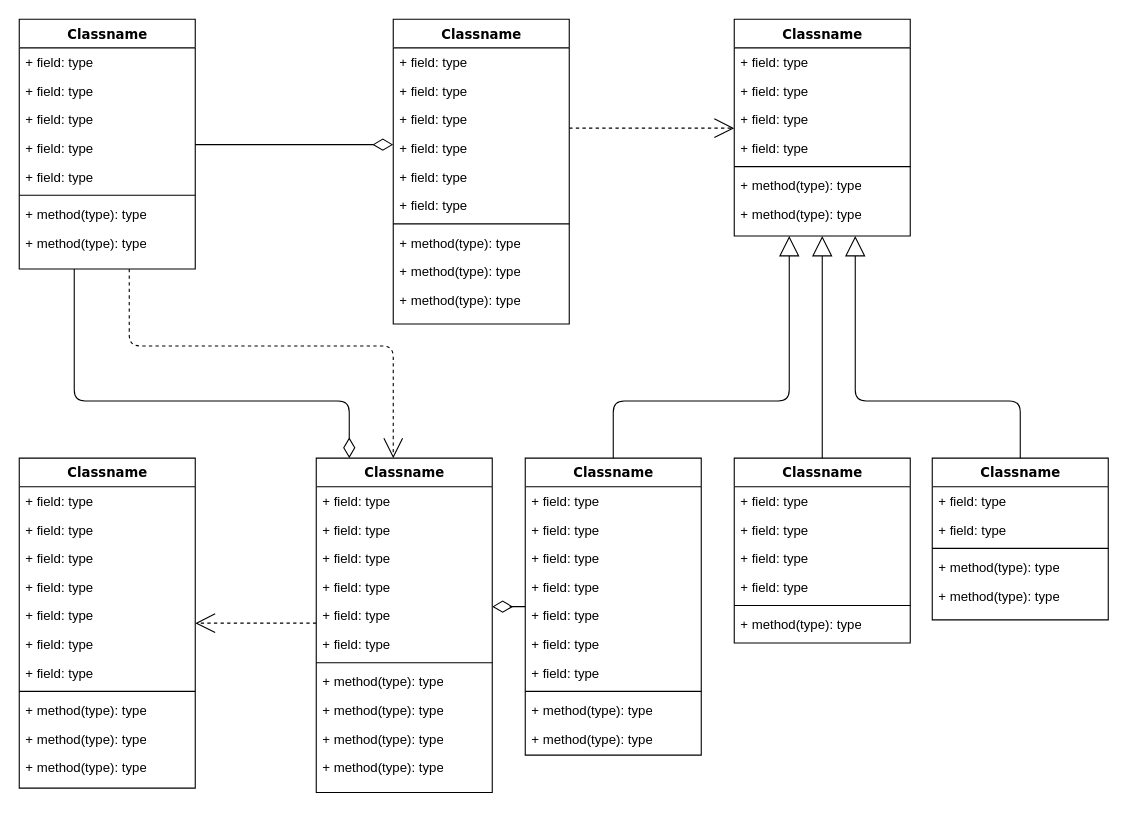
Before: Masa_academy_diagram_class.drawio in mati-tech/draw.io, a draw.io diagram. Source tidied: cells renumbered, new cells numbered last; positions are measured from the earlier drawing's top-left corner, leaving out a move shared by most shapes. Both pictures are drawn from the tidied source at 110%, with x=0, y=0 at pixel (19, 19).
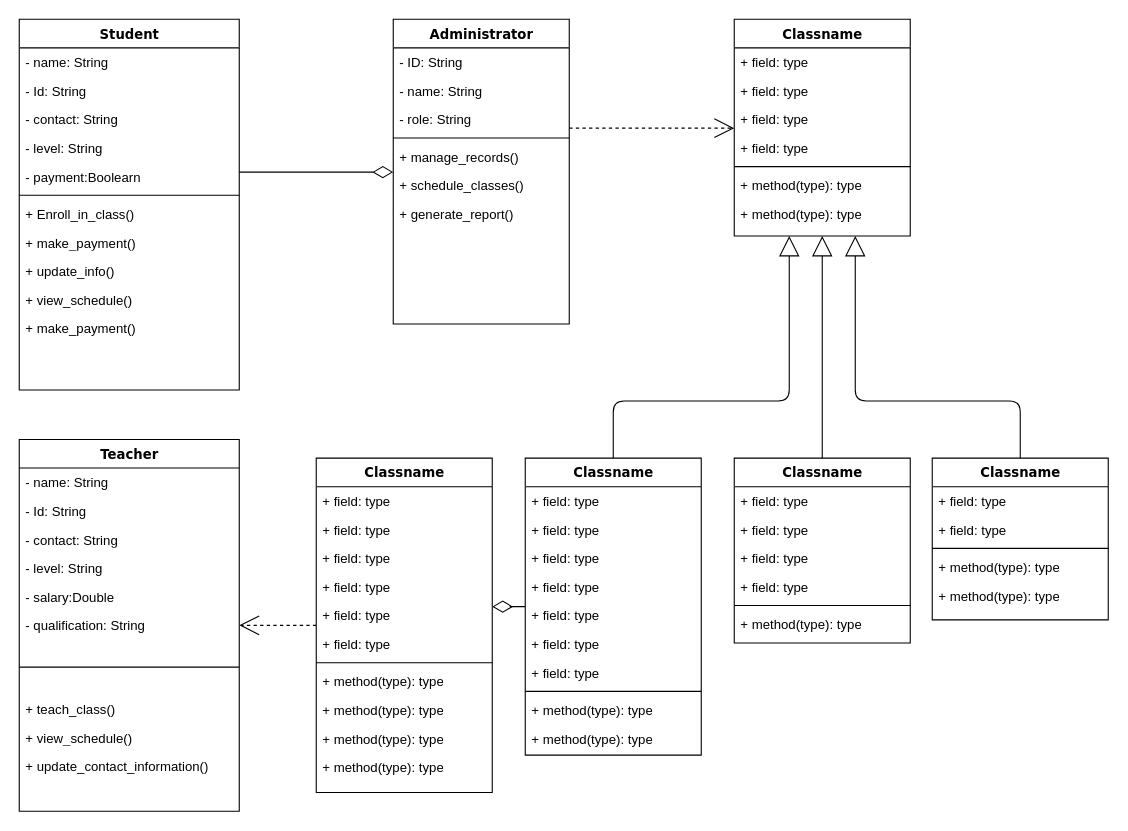
After the change.

The change refers to these unchanged cells:
```xml
<mxCell id="47" value="Classname" style="swimlane;html=1;fontStyle=1;align=center;verticalAlign=top;horizontal=1;startSize=26;swimlaneFillColor=#ffffff;rounded=0;shadow=0;comic=0;labelBackgroundColor=none;strokeWidth=1;fillColor=none;fontFamily=Verdana;fontSize=12;" parent="1" vertex="1">
  <mxGeometry x="270" y="399" width="160" height="304" as="geometry" />
</mxCell>
```

The edit, as a diff of the source:
```diff
@@
-    <mxCell id="2" style="edgeStyle=orthogonalEdgeStyle;html=1;labelBackgroundColor=none;startFill=0;startSize=8;endArrow=open;endFill=0;endSize=16;fontFamily=Verdana;fontSize=12;dashed=1;" parent="1" edge="1" source="4" target="47">
-      <mxGeometry relative="1" as="geometry">
-        <Array as="points">
-          <mxPoint x="100" y="297" />
-          <mxPoint x="340" y="297" />
-        </Array>
-      </mxGeometry>
-    </mxCell>
-    <mxCell id="3" style="edgeStyle=orthogonalEdgeStyle;html=1;labelBackgroundColor=none;startFill=0;startSize=8;endArrow=diamondThin;endFill=0;endSize=16;fontFamily=Verdana;fontSize=12;" parent="1" edge="1" source="4" target="47">
-      <mxGeometry relative="1" as="geometry">
-        <Array as="points">
-          <mxPoint x="50" y="347" />
-          <mxPoint x="300" y="347" />
-        </Array>
-      </mxGeometry>
-    </mxCell>
-    <mxCell id="4" value="Classname" style="swimlane;html=1;fontStyle=1;align=center;verticalAlign=top;horizontal=1;startSize=26;swimlaneFillColor=#ffffff;rounded=0;shadow=0;comic=0;labelBackgroundColor=none;strokeWidth=1;fillColor=none;fontFamily=Verdana;fontSize=12;" parent="1" vertex="1">
-      <mxGeometry width="160" height="227" as="geometry" />
+    <mxCell id="4" value="Student" style="swimlane;html=1;fontStyle=1;align=center;verticalAlign=top;horizontal=1;startSize=26;swimlaneFillColor=#ffffff;rounded=0;shadow=0;comic=0;labelBackgroundColor=none;strokeWidth=1;fillColor=none;fontFamily=Verdana;fontSize=12;" parent="1" vertex="1">
+      <mxGeometry width="200" height="337" as="geometry" />
     </mxCell>
-    <mxCell id="5" value="+ field: type" style="text;html=1;strokeColor=none;fillColor=none;align=left;verticalAlign=top;spacingLeft=4;spacingRight=4;whiteSpace=wrap;overflow=hidden;" parent="4" vertex="1">
-      <mxGeometry y="26" width="160" height="26" as="geometry" />
+    <mxCell id="5" value="- name: String" style="text;html=1;strokeColor=none;fillColor=none;align=left;verticalAlign=top;spacingLeft=4;spacingRight=4;whiteSpace=wrap;overflow=hidden;" parent="4" vertex="1">
+      <mxGeometry y="26" width="200" height="26" as="geometry" />
     </mxCell>
-    <mxCell id="6" value="+ field: type" style="text;html=1;strokeColor=none;fillColor=none;align=left;verticalAlign=top;spacingLeft=4;spacingRight=4;whiteSpace=wrap;overflow=hidden;" parent="4" vertex="1">
-      <mxGeometry y="52" width="160" height="26" as="geometry" />
+    <mxCell id="6" value="- Id: String" style="text;html=1;strokeColor=none;fillColor=none;align=left;verticalAlign=top;spacingLeft=4;spacingRight=4;whiteSpace=wrap;overflow=hidden;" parent="4" vertex="1">
+      <mxGeometry y="52" width="200" height="26" as="geometry" />
     </mxCell>
-    <mxCell id="7" value="+ field: type" style="text;html=1;strokeColor=none;fillColor=none;align=left;verticalAlign=top;spacingLeft=4;spacingRight=4;whiteSpace=wrap;overflow=hidden;" parent="4" vertex="1">
-      <mxGeometry y="78" width="160" height="26" as="geometry" />
+    <mxCell id="7" value="- contact: String" style="text;html=1;strokeColor=none;fillColor=none;align=left;verticalAlign=top;spacingLeft=4;spacingRight=4;whiteSpace=wrap;overflow=hidden;" parent="4" vertex="1">
+      <mxGeometry y="78" width="200" height="26" as="geometry" />
     </mxCell>
-    <mxCell id="8" value="+ field: type" style="text;html=1;strokeColor=none;fillColor=none;align=left;verticalAlign=top;spacingLeft=4;spacingRight=4;whiteSpace=wrap;overflow=hidden;" parent="4" vertex="1">
-      <mxGeometry y="104" width="160" height="26" as="geometry" />
+    <mxCell id="8" value="- level: String" style="text;html=1;strokeColor=none;fillColor=none;align=left;verticalAlign=top;spacingLeft=4;spacingRight=4;whiteSpace=wrap;overflow=hidden;" parent="4" vertex="1">
+      <mxGeometry y="104" width="200" height="26" as="geometry" />
     </mxCell>
-    <mxCell id="9" value="+ field: type" style="text;html=1;strokeColor=none;fillColor=none;align=left;verticalAlign=top;spacingLeft=4;spacingRight=4;whiteSpace=wrap;overflow=hidden;" parent="4" vertex="1">
-      <mxGeometry y="130" width="160" height="26" as="geometry" />
+    <mxCell id="9" value="- payment:Boolearn" style="text;html=1;strokeColor=none;fillColor=none;align=left;verticalAlign=top;spacingLeft=4;spacingRight=4;whiteSpace=wrap;overflow=hidden;" parent="4" vertex="1">
+      <mxGeometry y="130" width="200" height="26" as="geometry" />
     </mxCell>
     <mxCell id="10" style="line;html=1;strokeWidth=1;fillColor=none;align=left;verticalAlign=middle;spacingTop=-1;spacingLeft=3;spacingRight=3;labelPosition=right;" parent="4" vertex="1">
-      <mxGeometry y="156" width="160" height="8" as="geometry" />
+      <mxGeometry y="156" width="200" height="8" as="geometry" />
     </mxCell>
-    <mxCell id="11" value="+ method(type): type" style="text;html=1;strokeColor=none;fillColor=none;align=left;verticalAlign=top;spacingLeft=4;spacingRight=4;whiteSpace=wrap;overflow=hidden;" parent="4" vertex="1">
-      <mxGeometry y="164" width="160" height="26" as="geometry" />
+    <mxCell id="11" value="+ Enroll_in_class()" style="text;html=1;strokeColor=none;fillColor=none;align=left;verticalAlign=top;spacingLeft=4;spacingRight=4;whiteSpace=wrap;overflow=hidden;" parent="4" vertex="1">
+      <mxGeometry y="164" width="200" height="26" as="geometry" />
     </mxCell>
-    <mxCell id="12" value="+ method(type): type" style="text;html=1;strokeColor=none;fillColor=none;align=left;verticalAlign=top;spacingLeft=4;spacingRight=4;whiteSpace=wrap;overflow=hidden;" parent="4" vertex="1">
-      <mxGeometry y="190" width="160" height="26" as="geometry" />
+    <mxCell id="12" value="+ make_payment()" style="text;html=1;strokeColor=none;fillColor=none;align=left;verticalAlign=top;spacingLeft=4;spacingRight=4;whiteSpace=wrap;overflow=hidden;" parent="4" vertex="1">
+      <mxGeometry y="190" width="200" height="26" as="geometry" />
     </mxCell>
+    <mxCell id="87" value="+ update_info()&lt;div&gt;&lt;br&gt;&lt;/div&gt;" style="text;html=1;strokeColor=none;fillColor=none;align=left;verticalAlign=top;spacingLeft=4;spacingRight=4;whiteSpace=wrap;overflow=hidden;" parent="4" vertex="1">
+      <mxGeometry y="216" width="200" height="26" as="geometry" />
+    </mxCell>
+    <mxCell id="88" value="+ view_schedule()" style="text;html=1;strokeColor=none;fillColor=none;align=left;verticalAlign=top;spacingLeft=4;spacingRight=4;whiteSpace=wrap;overflow=hidden;" parent="4" vertex="1">
+      <mxGeometry y="242" width="200" height="26" as="geometry" />
+    </mxCell>
+    <mxCell id="89" value="+ make_payment()" style="text;html=1;strokeColor=none;fillColor=none;align=left;verticalAlign=top;spacingLeft=4;spacingRight=4;whiteSpace=wrap;overflow=hidden;" parent="4" vertex="1">
+      <mxGeometry y="268" width="200" height="26" as="geometry" />
+    </mxCell>
@@
-    <mxCell id="14" value="Classname" style="swimlane;html=1;fontStyle=1;align=center;verticalAlign=top;horizontal=1;startSize=26;swimlaneFillColor=#ffffff;rounded=0;shadow=0;comic=0;labelBackgroundColor=none;strokeWidth=1;fillColor=none;fontFamily=Verdana;fontSize=12;" parent="1" vertex="1">
+    <mxCell id="14" value="Administrator" style="swimlane;html=1;fontStyle=1;align=center;verticalAlign=top;horizontal=1;startSize=26;swimlaneFillColor=#ffffff;rounded=0;shadow=0;comic=0;labelBackgroundColor=none;strokeWidth=1;fillColor=none;fontFamily=Verdana;fontSize=12;" parent="1" vertex="1">
       <mxGeometry x="340" width="160" height="277" as="geometry" />
     </mxCell>
-    <mxCell id="15" value="+ field: type" style="text;html=1;strokeColor=none;fillColor=none;align=left;verticalAlign=top;spacingLeft=4;spacingRight=4;whiteSpace=wrap;overflow=hidden;" parent="14" vertex="1">
+    <mxCell id="15" value="- ID: String" style="text;html=1;strokeColor=none;fillColor=none;align=left;verticalAlign=top;spacingLeft=4;spacingRight=4;whiteSpace=wrap;overflow=hidden;" parent="14" vertex="1">
       <mxGeometry y="26" width="160" height="26" as="geometry" />
     </mxCell>
-    <mxCell id="16" value="+ field: type" style="text;html=1;strokeColor=none;fillColor=none;align=left;verticalAlign=top;spacingLeft=4;spacingRight=4;whiteSpace=wrap;overflow=hidden;" parent="14" vertex="1">
+    <mxCell id="16" value="- name: String" style="text;html=1;strokeColor=none;fillColor=none;align=left;verticalAlign=top;spacingLeft=4;spacingRight=4;whiteSpace=wrap;overflow=hidden;" parent="14" vertex="1">
       <mxGeometry y="52" width="160" height="26" as="geometry" />
     </mxCell>
-    <mxCell id="17" value="+ field: type" style="text;html=1;strokeColor=none;fillColor=none;align=left;verticalAlign=top;spacingLeft=4;spacingRight=4;whiteSpace=wrap;overflow=hidden;" parent="14" vertex="1">
+    <mxCell id="17" value="- role: String" style="text;html=1;strokeColor=none;fillColor=none;align=left;verticalAlign=top;spacingLeft=4;spacingRight=4;whiteSpace=wrap;overflow=hidden;" parent="14" vertex="1">
       <mxGeometry y="78" width="160" height="26" as="geometry" />
     </mxCell>
-    <mxCell id="18" value="+ field: type" style="text;html=1;strokeColor=none;fillColor=none;align=left;verticalAlign=top;spacingLeft=4;spacingRight=4;whiteSpace=wrap;overflow=hidden;" parent="14" vertex="1">
-      <mxGeometry y="104" width="160" height="26" as="geometry" />
-    </mxCell>
-    <mxCell id="19" value="+ field: type" style="text;html=1;strokeColor=none;fillColor=none;align=left;verticalAlign=top;spacingLeft=4;spacingRight=4;whiteSpace=wrap;overflow=hidden;" parent="14" vertex="1">
-      <mxGeometry y="130" width="160" height="26" as="geometry" />
-    </mxCell>
-    <mxCell id="20" value="+ field: type" style="text;html=1;strokeColor=none;fillColor=none;align=left;verticalAlign=top;spacingLeft=4;spacingRight=4;whiteSpace=wrap;overflow=hidden;" parent="14" vertex="1">
-      <mxGeometry y="156" width="160" height="26" as="geometry" />
-    </mxCell>
     <mxCell id="21" style="line;html=1;strokeWidth=1;fillColor=none;align=left;verticalAlign=middle;spacingTop=-1;spacingLeft=3;spacingRight=3;labelPosition=right;" parent="14" vertex="1">
-      <mxGeometry y="182" width="160" height="8" as="geometry" />
+      <mxGeometry y="104" width="160" height="8" as="geometry" />
     </mxCell>
-    <mxCell id="22" value="+ method(type): type" style="text;html=1;strokeColor=none;fillColor=none;align=left;verticalAlign=top;spacingLeft=4;spacingRight=4;whiteSpace=wrap;overflow=hidden;" parent="14" vertex="1">
-      <mxGeometry y="190" width="160" height="26" as="geometry" />
+    <mxCell id="22" value="+ manage_records()" style="text;html=1;strokeColor=none;fillColor=none;align=left;verticalAlign=top;spacingLeft=4;spacingRight=4;whiteSpace=wrap;overflow=hidden;" parent="14" vertex="1">
+      <mxGeometry y="112" width="160" height="26" as="geometry" />
     </mxCell>
-    <mxCell id="23" value="+ method(type): type" style="text;html=1;strokeColor=none;fillColor=none;align=left;verticalAlign=top;spacingLeft=4;spacingRight=4;whiteSpace=wrap;overflow=hidden;" parent="14" vertex="1">
-      <mxGeometry y="216" width="160" height="26" as="geometry" />
+    <mxCell id="23" value="+ schedule_classes()" style="text;html=1;strokeColor=none;fillColor=none;align=left;verticalAlign=top;spacingLeft=4;spacingRight=4;whiteSpace=wrap;overflow=hidden;" parent="14" vertex="1">
+      <mxGeometry y="138" width="160" height="26" as="geometry" />
     </mxCell>
-    <mxCell id="24" value="+ method(type): type" style="text;html=1;strokeColor=none;fillColor=none;align=left;verticalAlign=top;spacingLeft=4;spacingRight=4;whiteSpace=wrap;overflow=hidden;" parent="14" vertex="1">
-      <mxGeometry y="242" width="160" height="26" as="geometry" />
+    <mxCell id="24" value="+ generate_report()" style="text;html=1;strokeColor=none;fillColor=none;align=left;verticalAlign=top;spacingLeft=4;spacingRight=4;whiteSpace=wrap;overflow=hidden;" parent="14" vertex="1">
+      <mxGeometry y="164" width="160" height="26" as="geometry" />
     </mxCell>
@@
-    <mxCell id="34" value="Classname" style="swimlane;html=1;fontStyle=1;align=center;verticalAlign=top;horizontal=1;startSize=26;swimlaneFillColor=#ffffff;rounded=0;shadow=0;comic=0;labelBackgroundColor=none;strokeWidth=1;fillColor=none;fontFamily=Verdana;fontSize=12;" parent="1" vertex="1">
-      <mxGeometry y="399" width="160" height="300" as="geometry" />
+    <mxCell id="34" value="Teacher" style="swimlane;html=1;fontStyle=1;align=center;verticalAlign=top;horizontal=1;startSize=26;swimlaneFillColor=#ffffff;rounded=0;shadow=0;comic=0;labelBackgroundColor=none;strokeWidth=1;fillColor=none;fontFamily=Verdana;fontSize=12;" parent="1" vertex="1">
+      <mxGeometry y="382" width="200" height="338" as="geometry" />
     </mxCell>
-    <mxCell id="35" value="+ field: type" style="text;html=1;strokeColor=none;fillColor=none;align=left;verticalAlign=top;spacingLeft=4;spacingRight=4;whiteSpace=wrap;overflow=hidden;" parent="34" vertex="1">
-      <mxGeometry y="26" width="160" height="26" as="geometry" />
-    </mxCell>
-    <mxCell id="36" value="+ field: type" style="text;html=1;strokeColor=none;fillColor=none;align=left;verticalAlign=top;spacingLeft=4;spacingRight=4;whiteSpace=wrap;overflow=hidden;" parent="34" vertex="1">
-      <mxGeometry y="52" width="160" height="26" as="geometry" />
-    </mxCell>
-    <mxCell id="37" value="+ field: type" style="text;html=1;strokeColor=none;fillColor=none;align=left;verticalAlign=top;spacingLeft=4;spacingRight=4;whiteSpace=wrap;overflow=hidden;" parent="34" vertex="1">
-      <mxGeometry y="78" width="160" height="26" as="geometry" />
-    </mxCell>
-    <mxCell id="38" value="+ field: type" style="text;html=1;strokeColor=none;fillColor=none;align=left;verticalAlign=top;spacingLeft=4;spacingRight=4;whiteSpace=wrap;overflow=hidden;" parent="34" vertex="1">
-      <mxGeometry y="104" width="160" height="26" as="geometry" />
-    </mxCell>
-    <mxCell id="39" value="+ field: type" style="text;html=1;strokeColor=none;fillColor=none;align=left;verticalAlign=top;spacingLeft=4;spacingRight=4;whiteSpace=wrap;overflow=hidden;" parent="34" vertex="1">
-      <mxGeometry y="130" width="160" height="26" as="geometry" />
-    </mxCell>
-    <mxCell id="40" value="+ field: type" style="text;html=1;strokeColor=none;fillColor=none;align=left;verticalAlign=top;spacingLeft=4;spacingRight=4;whiteSpace=wrap;overflow=hidden;" parent="34" vertex="1">
-      <mxGeometry y="156" width="160" height="26" as="geometry" />
-    </mxCell>
-    <mxCell id="41" value="+ field: type" style="text;html=1;strokeColor=none;fillColor=none;align=left;verticalAlign=top;spacingLeft=4;spacingRight=4;whiteSpace=wrap;overflow=hidden;" parent="34" vertex="1">
-      <mxGeometry y="182" width="160" height="26" as="geometry" />
-    </mxCell>
+    <mxCell id="90" value="- name: String" style="text;html=1;strokeColor=none;fillColor=none;align=left;verticalAlign=top;spacingLeft=4;spacingRight=4;whiteSpace=wrap;overflow=hidden;" parent="34" vertex="1">
+      <mxGeometry y="26" width="200" height="26" as="geometry" />
+    </mxCell>
+    <mxCell id="91" value="- Id: String" style="text;html=1;strokeColor=none;fillColor=none;align=left;verticalAlign=top;spacingLeft=4;spacingRight=4;whiteSpace=wrap;overflow=hidden;" parent="34" vertex="1">
+      <mxGeometry y="52" width="200" height="26" as="geometry" />
+    </mxCell>
+    <mxCell id="92" value="- contact: String" style="text;html=1;strokeColor=none;fillColor=none;align=left;verticalAlign=top;spacingLeft=4;spacingRight=4;whiteSpace=wrap;overflow=hidden;" parent="34" vertex="1">
+      <mxGeometry y="78" width="200" height="26" as="geometry" />
+    </mxCell>
+    <mxCell id="93" value="- level: String" style="text;html=1;strokeColor=none;fillColor=none;align=left;verticalAlign=top;spacingLeft=4;spacingRight=4;whiteSpace=wrap;overflow=hidden;" parent="34" vertex="1">
+      <mxGeometry y="104" width="200" height="26" as="geometry" />
+    </mxCell>
+    <mxCell id="94" value="- salary:Double" style="text;html=1;strokeColor=none;fillColor=none;align=left;verticalAlign=top;spacingLeft=4;spacingRight=4;whiteSpace=wrap;overflow=hidden;" parent="34" vertex="1">
+      <mxGeometry y="130" width="200" height="26" as="geometry" />
+    </mxCell>
+    <mxCell id="95" value="- qualification: String" style="text;html=1;strokeColor=none;fillColor=none;align=left;verticalAlign=top;spacingLeft=4;spacingRight=4;whiteSpace=wrap;overflow=hidden;" parent="34" vertex="1">
+      <mxGeometry y="156" width="200" height="26" as="geometry" />
+    </mxCell>
     <mxCell id="42" style="line;html=1;strokeWidth=1;fillColor=none;align=left;verticalAlign=middle;spacingTop=-1;spacingLeft=3;spacingRight=3;labelPosition=right;" parent="34" vertex="1">
-      <mxGeometry y="208" width="160" height="8" as="geometry" />
+      <mxGeometry y="182" width="200" height="50" as="geometry" />
     </mxCell>
+    <mxCell id="96" value="+ teach_class()" style="text;html=1;strokeColor=none;fillColor=none;align=left;verticalAlign=top;spacingLeft=4;spacingRight=4;whiteSpace=wrap;overflow=hidden;" parent="34" vertex="1">
+      <mxGeometry y="232" width="200" height="26" as="geometry" />
+    </mxCell>
-    <mxCell id="43" value="+ method(type): type" style="text;html=1;strokeColor=none;fillColor=none;align=left;verticalAlign=top;spacingLeft=4;spacingRight=4;whiteSpace=wrap;overflow=hidden;" parent="34" vertex="1">
-      <mxGeometry y="216" width="160" height="26" as="geometry" />
+    <mxCell id="43" value="+ view_schedule()" style="text;html=1;strokeColor=none;fillColor=none;align=left;verticalAlign=top;spacingLeft=4;spacingRight=4;whiteSpace=wrap;overflow=hidden;" parent="34" vertex="1">
+      <mxGeometry y="258" width="200" height="26" as="geometry" />
     </mxCell>
-    <mxCell id="44" value="+ method(type): type" style="text;html=1;strokeColor=none;fillColor=none;align=left;verticalAlign=top;spacingLeft=4;spacingRight=4;whiteSpace=wrap;overflow=hidden;" parent="34" vertex="1">
-      <mxGeometry y="242" width="160" height="26" as="geometry" />
+    <mxCell id="44" value="+ update_contact_information()" style="text;html=1;strokeColor=none;fillColor=none;align=left;verticalAlign=top;spacingLeft=4;spacingRight=4;whiteSpace=wrap;overflow=hidden;" parent="34" vertex="1">
+      <mxGeometry y="284" width="200" height="24" as="geometry" />
     </mxCell>
-    <mxCell id="45" value="+ method(type): type" style="text;html=1;strokeColor=none;fillColor=none;align=left;verticalAlign=top;spacingLeft=4;spacingRight=4;whiteSpace=wrap;overflow=hidden;" parent="34" vertex="1">
-      <mxGeometry y="268" width="160" height="26" as="geometry" />
-    </mxCell>
```
